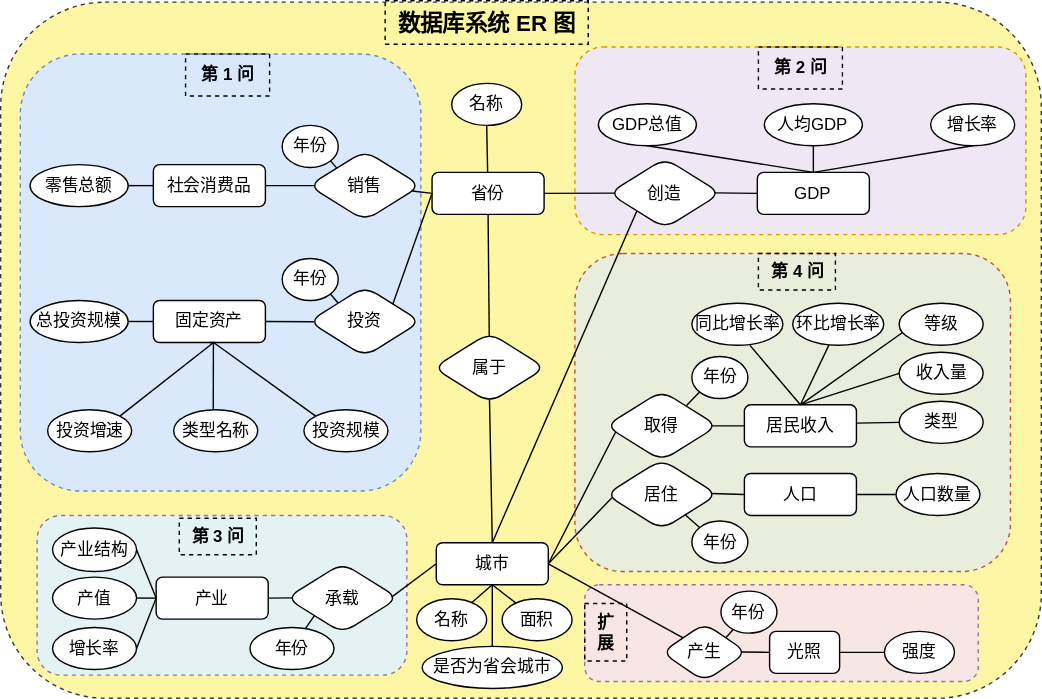
The draw.io diagram static/ER.svg in li-zane/SQLHomeWork, before a commit. Source tidied: cells renumbered, new cells last; positions are measured from the earlier drawing's top-left corner, leaving out a move shared by most shapes.
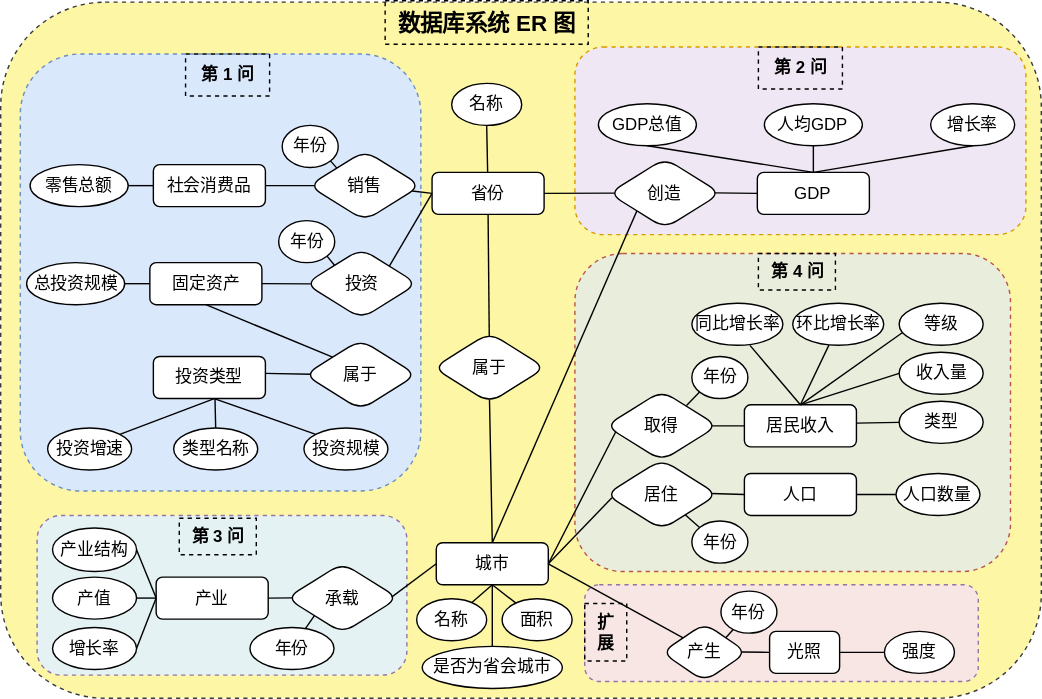
Later version of the same file.

What changed in the source:
```diff
@@ -57,7 +57,7 @@
       <mxGeometry relative="1" as="geometry" />
     </mxCell>
     <mxCell id="20" value="投资" style="rhombus;whiteSpace=wrap;html=1;rounded=1;" parent="1" vertex="1">
-      <mxGeometry x="220" y="204" width="80" height="50" as="geometry" />
+      <mxGeometry x="217.5" y="177" width="80" height="50" as="geometry" />
     </mxCell>
     <mxCell id="21" value="销售" style="rhombus;whiteSpace=wrap;html=1;rounded=1;" parent="1" vertex="1">
       <mxGeometry x="220" y="107" width="80" height="50" as="geometry" />
@@ -65,8 +65,11 @@
     <mxCell id="22" style="endArrow=none;html=1;rounded=0;entryX=0;entryY=0.5;entryDx=0;entryDy=0;" parent="1" edge="1" source="21" target="8">
       <mxGeometry relative="1" as="geometry" />
     </mxCell>
+    <mxCell id="105" style="rounded=0;jettySize=auto;html=1;exitX=0.5;exitY=1;exitDx=0;exitDy=0;entryX=0;entryY=0;entryDx=0;entryDy=0;endArrow=none;endFill=0;" parent="1" edge="1" source="23" target="108">
+      <mxGeometry relative="1" as="geometry" />
+    </mxCell>
     <mxCell id="23" value="固定资产" style="rounded=1;whiteSpace=wrap;html=1;" parent="1" vertex="1">
-      <mxGeometry x="109" y="214" width="80" height="30" as="geometry" />
+      <mxGeometry x="106.5" y="187" width="80" height="30" as="geometry" />
     </mxCell>
     <mxCell id="24" style="endArrow=none;html=1;rounded=0;exitX=1;exitY=0.5;exitDx=0;exitDy=0;entryX=0.048;entryY=0.503;entryDx=0;entryDy=0;entryPerimeter=0;" parent="1" edge="1" source="23" target="20">
       <mxGeometry relative="1" as="geometry" />
@@ -81,16 +84,21 @@
       </mxGeometry>
     </mxCell>
     <mxCell id="27" value="总投资规模" style="ellipse;whiteSpace=wrap;html=1;rounded=1;" parent="1" vertex="1">
-      <mxGeometry x="21" y="214" width="70" height="30" as="geometry" />
+      <mxGeometry x="18.5" y="187" width="70" height="30" as="geometry" />
     </mxCell>
+    <mxCell id="106" style="rounded=0;jettySize=auto;html=1;exitX=0.5;exitY=0;exitDx=0;exitDy=0;entryX=0.5;entryY=1;entryDx=0;entryDy=0;endArrow=none;endFill=0;" parent="1" edge="1" source="28">
+      <mxGeometry relative="1" as="geometry">
+        <mxPoint x="153" y="284" as="targetPoint" />
+      </mxGeometry>
+    </mxCell>
     <mxCell id="28" value="类型名称" style="ellipse;whiteSpace=wrap;html=1;rounded=1;" parent="1" vertex="1">
-      <mxGeometry x="123.5" y="292" width="60" height="30" as="geometry" />
+      <mxGeometry x="123.5" y="305" width="60" height="30" as="geometry" />
     </mxCell>
     <mxCell id="29" value="投资规模" style="ellipse;whiteSpace=wrap;html=1;rounded=1;" parent="1" vertex="1">
-      <mxGeometry x="216.5" y="292" width="60" height="30" as="geometry" />
+      <mxGeometry x="216.5" y="305" width="60" height="30" as="geometry" />
     </mxCell>
     <mxCell id="30" value="投资增速" style="ellipse;whiteSpace=wrap;html=1;rounded=1;" parent="1" vertex="1">
-      <mxGeometry x="33.5" y="292" width="60" height="30" as="geometry" />
+      <mxGeometry x="33.5" y="305" width="60" height="30" as="geometry" />
     </mxCell>
     <mxCell id="31" value="社会消费品" style="rounded=1;whiteSpace=wrap;html=1;" parent="1" vertex="1">
       <mxGeometry x="109" y="117" width="80" height="30" as="geometry" />
@@ -220,21 +228,6 @@
     <mxCell id="72" value="GDP" style="rounded=1;whiteSpace=wrap;html=1;" parent="1" vertex="1">
       <mxGeometry x="540.2" y="122.5" width="80" height="30" as="geometry" />
     </mxCell>
-    <mxCell id="73" style="rounded=0;jettySize=auto;html=1;exitX=1;exitY=0;exitDx=0;exitDy=0;endArrow=none;endFill=0;entryX=0.5;entryY=1;entryDx=0;entryDy=0;" parent="1" edge="1" source="30" target="23">
-      <mxGeometry relative="1" as="geometry">
-        <Array as="points">
-          <mxPoint x="152" y="244" />
-        </Array>
-      </mxGeometry>
-    </mxCell>
-    <mxCell id="74" style="rounded=0;jettySize=auto;html=1;exitX=0;exitY=0;exitDx=0;exitDy=0;endArrow=none;endFill=0;" parent="1" edge="1" source="29">
-      <mxGeometry relative="1" as="geometry">
-        <mxPoint x="152" y="244" as="targetPoint" />
-      </mxGeometry>
-    </mxCell>
-    <mxCell id="75" style="rounded=0;jettySize=auto;html=1;endArrow=none;endFill=0;exitX=0.471;exitY=0.009;exitDx=0;exitDy=0;exitPerimeter=0;entryX=0.536;entryY=0.997;entryDx=0;entryDy=0;entryPerimeter=0;" parent="1" edge="1" source="28" target="23">
-      <mxGeometry relative="1" as="geometry" />
-    </mxCell>
     <mxCell id="76" style="rounded=0;jettySize=auto;html=1;exitX=1;exitY=0;exitDx=0;exitDy=0;entryX=0;entryY=0.5;entryDx=0;entryDy=0;endArrow=none;endFill=0;" parent="1" edge="1" source="20" target="8">
       <mxGeometry relative="1" as="geometry" />
     </mxCell>
@@ -291,11 +284,11 @@
     </mxCell>
     <mxCell id="94" style="rounded=0;jettySize=auto;html=1;exitX=1;exitY=1;exitDx=0;exitDy=0;endArrow=none;endFill=0;" parent="1" edge="1" source="95">
       <mxGeometry relative="1" as="geometry">
-        <mxPoint x="241" y="216" as="targetPoint" />
+        <mxPoint x="238.5" y="189" as="targetPoint" />
       </mxGeometry>
     </mxCell>
     <mxCell id="95" value="年份" style="ellipse;whiteSpace=wrap;html=1;rounded=1;" parent="1" vertex="1">
-      <mxGeometry x="201" y="184" width="40" height="30" as="geometry" />
+      <mxGeometry x="198.5" y="157" width="40" height="30" as="geometry" />
     </mxCell>
     <mxCell id="96" value="扩&lt;div&gt;展&lt;/div&gt;" style="text;html=1;align=center;verticalAlign=middle;strokeColor=default;fillColor=none;rounded=0;fontStyle=1;shadow=0;dashed=1;" parent="1" vertex="1">
       <mxGeometry x="417" y="430.4" width="30" height="41" as="geometry" />
@@ -324,5 +317,20 @@
     <mxCell id="104" value="年份" style="ellipse;whiteSpace=wrap;html=1;rounded=1;" parent="1" vertex="1">
       <mxGeometry x="514.2" y="421.5" width="40" height="30" as="geometry" />
     </mxCell>
+    <mxCell id="107" style="rounded=0;jettySize=auto;html=1;exitX=0.061;exitY=0.493;exitDx=0;exitDy=0;entryX=0.992;entryY=0.401;entryDx=0;entryDy=0;endArrow=none;endFill=0;exitPerimeter=0;entryPerimeter=0;" parent="1" edge="1" source="108" target="109">
+      <mxGeometry relative="1" as="geometry" />
+    </mxCell>
+    <mxCell id="108" value="属于" style="rhombus;whiteSpace=wrap;html=1;rounded=1;" parent="1" vertex="1">
+      <mxGeometry x="217" y="242" width="80" height="50" as="geometry" />
+    </mxCell>
+    <mxCell id="109" value="投资类型" style="rounded=1;whiteSpace=wrap;html=1;" parent="1" vertex="1">
+      <mxGeometry x="109" y="254" width="80" height="30" as="geometry" />
+    </mxCell>
+    <mxCell id="110" style="rounded=0;jettySize=auto;html=1;exitX=1;exitY=0;exitDx=0;exitDy=0;entryX=0.544;entryY=1.004;entryDx=0;entryDy=0;entryPerimeter=0;endArrow=none;endFill=0;" parent="1" edge="1" source="30" target="109">
+      <mxGeometry relative="1" as="geometry" />
+    </mxCell>
+    <mxCell id="111" style="rounded=0;jettySize=auto;html=1;exitX=0;exitY=0;exitDx=0;exitDy=0;entryX=0.549;entryY=1.008;entryDx=0;entryDy=0;entryPerimeter=0;endArrow=none;endFill=0;" parent="1" edge="1" source="29" target="109">
+      <mxGeometry relative="1" as="geometry" />
+    </mxCell>
   </root>
 </mxGraphModel>
```
